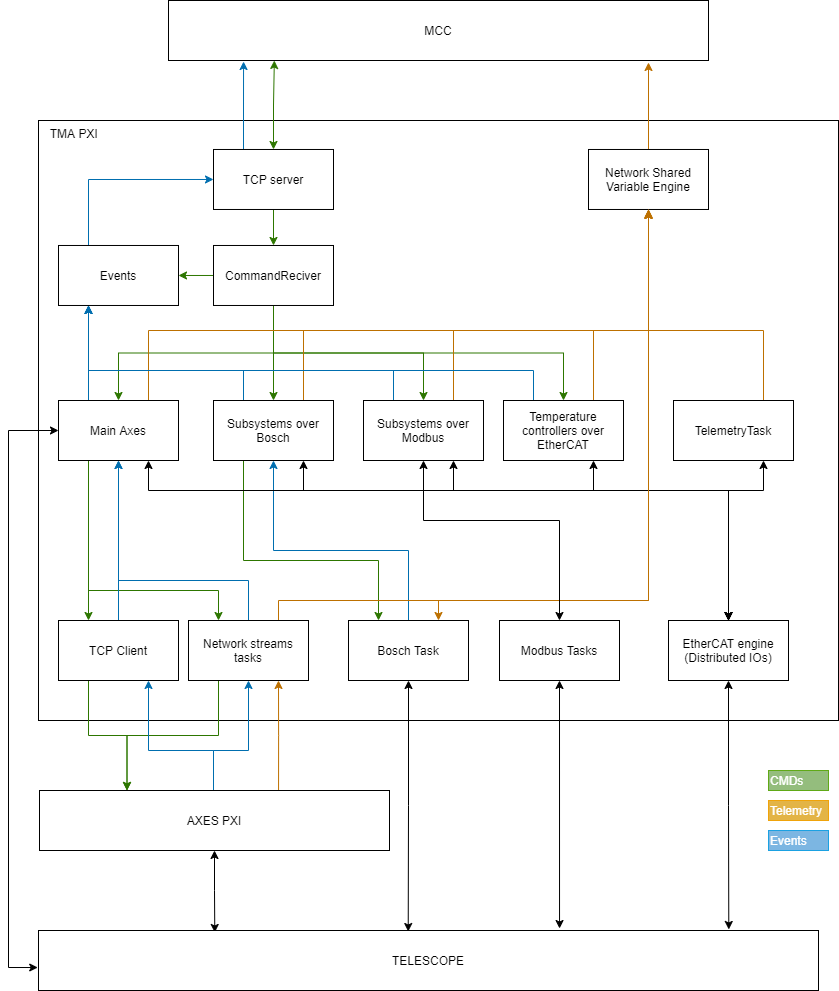
Earlier version of the draw.io export Resources/figures/TMAPXISoftwareStructure.png (lsst-ts/ts_tma_tma-documentation_pxi-controller_documentation). Source tidied: cells renumbered, new cells last; positions are measured from the earlier drawing's top-left corner, leaving out a move shared by most shapes.
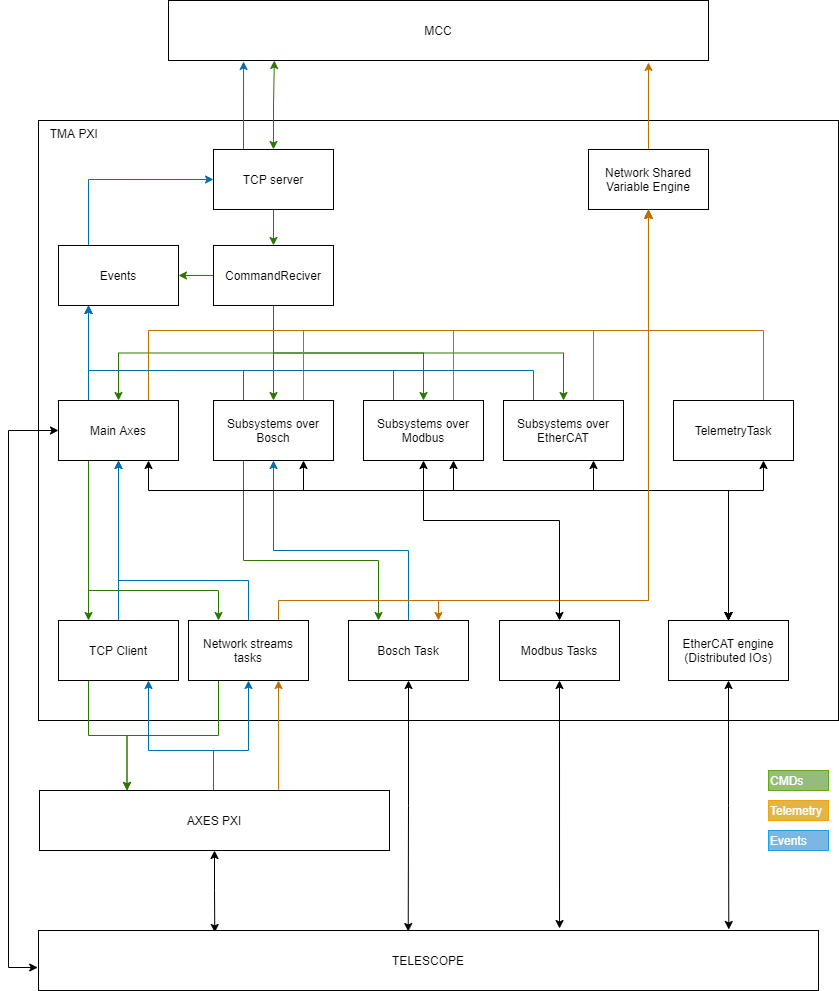
After the commit.

Commit message:
Complete the TMA PXI structure documentation

What changed in the source:
```diff
@@ -297,7 +297,7 @@
         </Array>
       </mxGeometry>
     </mxCell>
-    <mxCell id="60" value="Temperature controllers over EtherCAT" style="rounded=0;whiteSpace=wrap;html=1;" parent="1" vertex="1">
+    <mxCell id="60" value="Subsystems over EtherCAT" style="rounded=0;whiteSpace=wrap;html=1;" parent="1" vertex="1">
       <mxGeometry x="495" y="400" width="120" height="60" as="geometry" />
     </mxCell>
     <mxCell id="61" value="CMDs" style="rounded=0;whiteSpace=wrap;html=1;align=left;fontColor=#ffffff;gradientDirection=east;strokeColor=#60A917;fillColor=#94BD7D;" parent="1" vertex="1">
```
